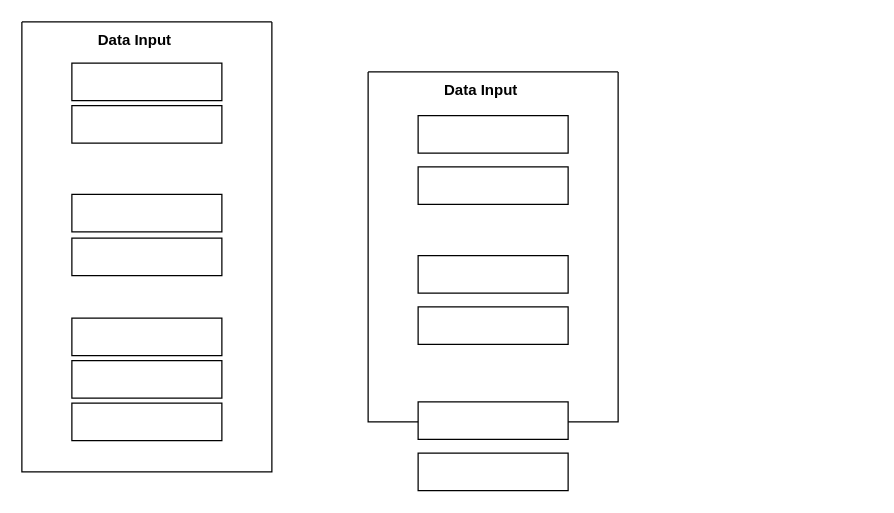
Before: one/Untitled Diagram.drawio in theJohnCode/storage, a draw.io diagram. Source tidied: cells renumbered, new cells numbered last; positions are measured from the earlier drawing's top-left corner, leaving out a move shared by most shapes. Both pictures are drawn from the tidied source at 125%, with x=0, y=0 at pixel (21, 21).
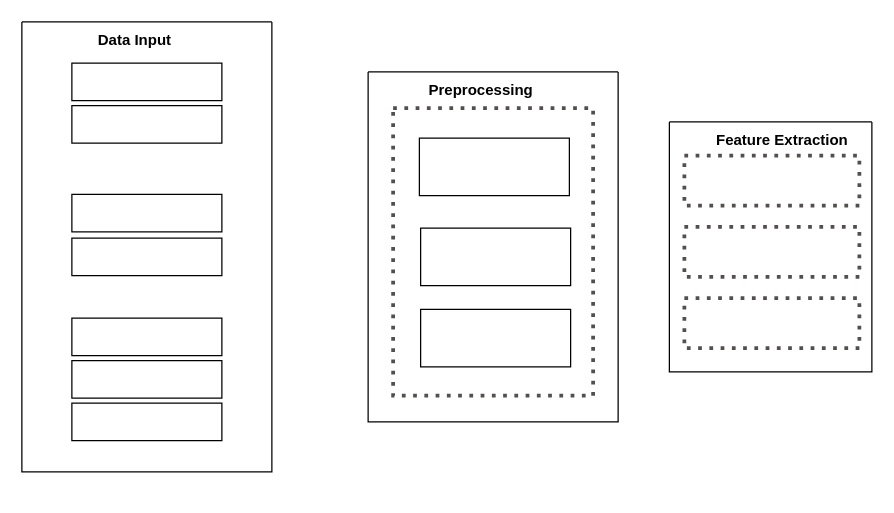
The same page after the edit.

Commit message:
added the second last box

The change refers to these unchanged cells:
```xml
<mxCell id="11" style="swimlane;startSize=0;" parent="1" vertex="1">
  <mxGeometry x="277" y="40" width="200" height="280" as="geometry" />
</mxCell>
```

The edit, as a diff of the source:
```diff
@@
+    <mxCell id="19" style="rounded=0;whiteSpace=wrap;html=1;strokeColor=light-dark(#544f4f, #ededed);dashed=1;dashPattern=1 2;strokeWidth=3;fillColor=none;perimeterSpacing=0;" parent="1" vertex="1">
+      <mxGeometry x="297" y="69" width="160" height="230" as="geometry" />
+    </mxCell>
@@
     <mxCell id="12" style="rounded=0;whiteSpace=wrap;html=1;" parent="11" vertex="1">
-      <mxGeometry x="40" y="35" width="120" height="30" as="geometry" />
+      <mxGeometry x="41" y="53" width="120" height="46" as="geometry" />
     </mxCell>
-    <mxCell id="13" value="&lt;b&gt;Data Input&lt;/b&gt;" style="text;html=1;align=center;verticalAlign=middle;strokeColor=none;fillColor=none;" parent="11" vertex="1">
-      <mxGeometry x="50" width="80" height="30" as="geometry" />
+    <mxCell id="13" value="&lt;b&gt;Preprocessing&lt;/b&gt;" style="text;html=1;align=center;verticalAlign=middle;strokeColor=none;fillColor=none;" parent="11" vertex="1">
+      <mxGeometry x="35" width="110" height="30" as="geometry" />
     </mxCell>
-    <mxCell id="14" style="rounded=0;whiteSpace=wrap;html=1;" parent="11" vertex="1">
-      <mxGeometry x="40" y="76" width="120" height="30" as="geometry" />
-    </mxCell>
-    <mxCell id="15" style="rounded=0;whiteSpace=wrap;html=1;" parent="11" vertex="1">
-      <mxGeometry x="40" y="147" width="120" height="30" as="geometry" />
-    </mxCell>
-    <mxCell id="16" style="rounded=0;whiteSpace=wrap;html=1;" parent="11" vertex="1">
-      <mxGeometry x="40" y="188" width="120" height="30" as="geometry" />
-    </mxCell>
-    <mxCell id="17" style="rounded=0;whiteSpace=wrap;html=1;" parent="11" vertex="1">
-      <mxGeometry x="40" y="264" width="120" height="30" as="geometry" />
-    </mxCell>
-    <mxCell id="18" style="rounded=0;whiteSpace=wrap;html=1;" parent="11" vertex="1">
-      <mxGeometry x="40" y="305" width="120" height="30" as="geometry" />
-    </mxCell>
+    <mxCell id="20" style="rounded=0;whiteSpace=wrap;html=1;" parent="11" vertex="1">
+      <mxGeometry x="42" y="125" width="120" height="46" as="geometry" />
+    </mxCell>
+    <mxCell id="21" style="rounded=0;whiteSpace=wrap;html=1;" parent="11" vertex="1">
+      <mxGeometry x="42" y="190" width="120" height="46" as="geometry" />
+    </mxCell>
+    <mxCell id="22" style="rounded=0;whiteSpace=wrap;html=1;strokeColor=light-dark(#544f4f, #ededed);dashed=1;dashPattern=1 2;strokeWidth=3;fillColor=none;perimeterSpacing=0;" parent="1" vertex="1">
+      <mxGeometry x="530" y="107" width="140" height="40" as="geometry" />
+    </mxCell>
+    <mxCell id="23" style="swimlane;startSize=0;" parent="1" vertex="1">
+      <mxGeometry x="518" y="80" width="162" height="200" as="geometry" />
+    </mxCell>
+    <mxCell id="24" value="&lt;b&gt;Feature Extraction&lt;/b&gt;" style="text;html=1;align=center;verticalAlign=middle;strokeColor=none;fillColor=none;" parent="23" vertex="1">
+      <mxGeometry x="25" width="130" height="30" as="geometry" />
+    </mxCell>
+    <mxCell id="25" style="rounded=0;whiteSpace=wrap;html=1;strokeColor=light-dark(#544f4f, #ededed);dashed=1;dashPattern=1 2;strokeWidth=3;fillColor=none;perimeterSpacing=0;" parent="1" vertex="1">
+      <mxGeometry x="530" y="164" width="140" height="40" as="geometry" />
+    </mxCell>
+    <mxCell id="26" style="rounded=0;whiteSpace=wrap;html=1;strokeColor=light-dark(#544f4f, #ededed);dashed=1;dashPattern=1 2;strokeWidth=3;fillColor=none;perimeterSpacing=0;" parent="1" vertex="1">
+      <mxGeometry x="530" y="221" width="140" height="40" as="geometry" />
+    </mxCell>
```
